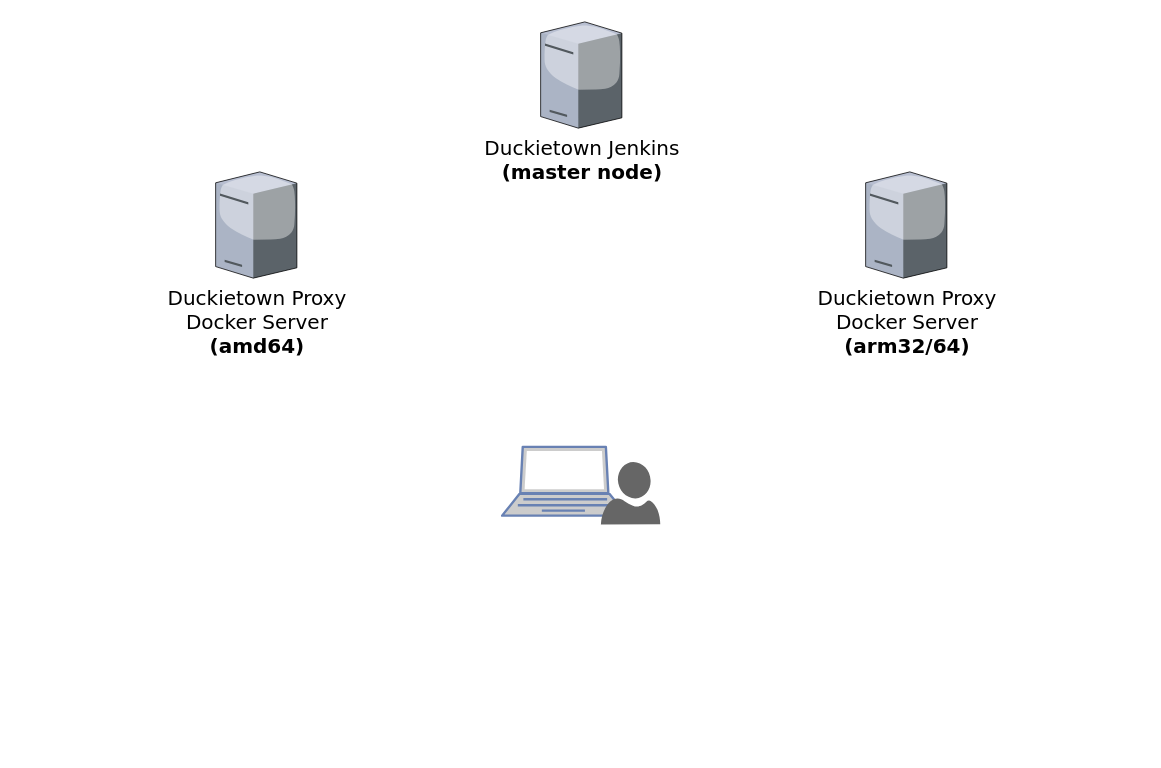
Above: docs/images/Untitled Diagram.drawio in duckietown/.jenkins-jobs (draw.io), before the change. Source tidied: cells renumbered, new cells numbered last; positions are measured from the earlier drawing's top-left corner, leaving out a move shared by most shapes. Both pictures are drawn from the tidied source at 125%, with x=0, y=0 at pixel (215, 21). Pictures stored in the file or linked from it are replaced by grey dashed boxes.
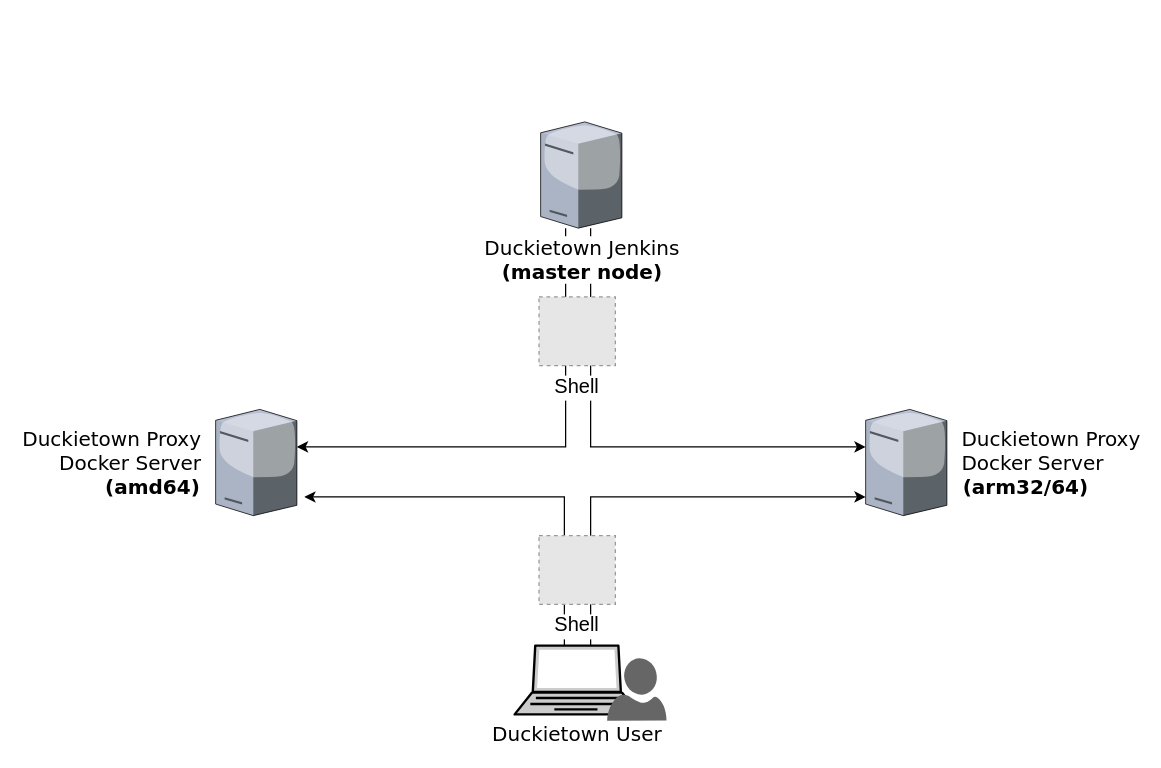
Above is the later version.

The edit, as a diff of the source:
```diff
@@
 <mxGraphModel background="#ffffff">
   <root>
     <mxCell id="0" />
     <mxCell id="1" parent="0" />
-    <mxCell id="2" value="Duckietown Proxy&lt;br style=&quot;font-size: 16px&quot;&gt;Docker Server&lt;br&gt;&lt;b&gt;(arm32/64)&lt;/b&gt;" style="verticalLabelPosition=bottom;html=1;verticalAlign=top;strokeColor=none;shape=mxgraph.citrix.tower_server;rounded=0;shadow=0;comic=0;fontFamily=Verdana;fontSize=16;" parent="1" vertex="1">
-      <mxGeometry x="520" y="120" width="65" height="85" as="geometry" />
+    <mxCell id="2" value="&amp;nbsp; Duckietown Proxy&lt;br style=&quot;font-size: 16px&quot;&gt;&amp;nbsp; Docker Server&lt;br&gt;&lt;b&gt;&amp;nbsp; (arm32/64)&lt;/b&gt;" style="verticalLabelPosition=middle;html=1;verticalAlign=middle;strokeColor=none;shape=mxgraph.citrix.tower_server;rounded=0;shadow=0;comic=0;fontFamily=Verdana;fontSize=16;labelPosition=right;align=left;" parent="1" vertex="1">
+      <mxGeometry x="520" y="310" width="65" height="85" as="geometry" />
     </mxCell>
-    <mxCell id="3" value="Duckietown Proxy&lt;br style=&quot;font-size: 16px&quot;&gt;Docker Server&lt;br&gt;&lt;b&gt;(amd64)&lt;/b&gt;" style="verticalLabelPosition=bottom;html=1;verticalAlign=top;strokeColor=none;shape=mxgraph.citrix.tower_server;rounded=0;shadow=0;comic=0;fontFamily=Verdana;fontSize=16;" parent="1" vertex="1">
-      <mxGeometry y="120" width="65" height="85" as="geometry" />
+    <mxCell id="3" value="Duckietown Proxy&amp;nbsp;&amp;nbsp;&lt;br style=&quot;font-size: 16px&quot;&gt;Docker Server&amp;nbsp;&amp;nbsp;&lt;br&gt;&lt;b&gt;(amd64)&amp;nbsp;&amp;nbsp;&lt;/b&gt;" style="verticalLabelPosition=middle;html=1;verticalAlign=middle;strokeColor=none;shape=mxgraph.citrix.tower_server;rounded=0;shadow=0;comic=0;fontFamily=Verdana;fontSize=16;labelPosition=left;align=right;spacingLeft=6;" parent="1" vertex="1">
+      <mxGeometry y="310" width="65" height="85" as="geometry" />
     </mxCell>
+    <mxCell id="7" style="edgeStyle=orthogonalEdgeStyle;rounded=0;jettySize=auto;html=1;fontSize=16;fontColor=#000000;" parent="1" edge="1" source="4" target="2">
+      <mxGeometry relative="1" as="geometry">
+        <Array as="points">
+          <mxPoint x="300" y="340" />
+        </Array>
+      </mxGeometry>
+    </mxCell>
+    <mxCell id="8" style="edgeStyle=orthogonalEdgeStyle;rounded=0;jettySize=auto;html=1;fontSize=16;fontColor=#000000;" parent="1" edge="1" source="4" target="3">
+      <mxGeometry relative="1" as="geometry">
+        <Array as="points">
+          <mxPoint x="280" y="340" />
+        </Array>
+      </mxGeometry>
+    </mxCell>
-    <mxCell id="4" value="Duckietown Jenkins&lt;br&gt;&lt;b&gt;(master node)&lt;/b&gt;&lt;br&gt;" style="verticalLabelPosition=bottom;html=1;verticalAlign=top;strokeColor=none;shape=mxgraph.citrix.tower_server;rounded=0;shadow=0;comic=0;fontFamily=Verdana;fontSize=16;" parent="1" vertex="1">
-      <mxGeometry x="260" width="65" height="85" as="geometry" />
+    <mxCell id="4" value="Duckietown Jenkins&lt;br&gt;&lt;b&gt;(master node)&lt;/b&gt;&lt;br&gt;" style="verticalLabelPosition=bottom;html=1;verticalAlign=top;strokeColor=none;shape=mxgraph.citrix.tower_server;rounded=0;shadow=0;comic=0;fontFamily=Verdana;fontSize=16;labelBackgroundColor=#ffffff;" parent="1" vertex="1">
+      <mxGeometry x="260" y="80" width="65" height="85" as="geometry" />
     </mxCell>
+    <mxCell id="9" style="edgeStyle=orthogonalEdgeStyle;rounded=0;jettySize=auto;html=1;fontSize=16;fontColor=#000000;" parent="1" edge="1" source="5" target="2">
+      <mxGeometry relative="1" as="geometry">
+        <Array as="points">
+          <mxPoint x="300" y="380" />
+        </Array>
+      </mxGeometry>
+    </mxCell>
+    <mxCell id="10" style="edgeStyle=orthogonalEdgeStyle;rounded=0;jettySize=auto;html=1;entryX=1.092;entryY=0.824;entryDx=0;entryDy=0;entryPerimeter=0;fontSize=16;fontColor=#000000;" parent="1" edge="1" source="5" target="3">
+      <mxGeometry relative="1" as="geometry">
+        <Array as="points">
+          <mxPoint x="279" y="380" />
+        </Array>
+      </mxGeometry>
+    </mxCell>
-    <mxCell id="5" style="fontColor=#0066CC;verticalAlign=top;verticalLabelPosition=bottom;labelPosition=center;align=center;html=1;outlineConnect=0;fillColor=#CCCCCC;strokeColor=#6881B3;gradientColor=none;gradientDirection=north;strokeWidth=2;shape=mxgraph.networks.laptop;" parent="1" vertex="1">
-      <mxGeometry x="229.2" y="340" width="100" height="55" as="geometry" />
+    <mxCell id="5" value="Duckietown User" style="fontColor=#000000;verticalAlign=top;verticalLabelPosition=bottom;labelPosition=center;align=center;html=1;outlineConnect=0;fillColor=#CCCCCC;strokeColor=#000000;gradientColor=none;gradientDirection=north;strokeWidth=2;shape=mxgraph.networks.laptop;fontSize=16;fontFamily=Verdana;" parent="1" vertex="1">
+      <mxGeometry x="239.2" y="499" width="100" height="55" as="geometry" />
     </mxCell>
-    <mxCell id="6" style="verticalLabelPosition=bottom;html=1;verticalAlign=top;align=center;strokeColor=none;fillColor=#666666;shape=mxgraph.azure.user;labelBackgroundColor=#696969;fontSize=16;" parent="1" vertex="1">
-      <mxGeometry x="308.2" y="352" width="47.5" height="50" as="geometry" />
+    <mxCell id="6" style="verticalLabelPosition=bottom;html=1;verticalAlign=top;align=center;strokeColor=none;fillColor=#666666;shape=mxgraph.azure.user;labelBackgroundColor=#696969;fontSize=16;labelBorderColor=#FFFFFF;strokeWidth=9;" parent="1" vertex="1">
+      <mxGeometry x="313.2" y="509" width="47.5" height="50" as="geometry" />
     </mxCell>
+    <mxCell id="11" value="Shell" style="fillColor=#E6E6E6;strokeColor=#999999;dashed=1;verticalLabelPosition=bottom;verticalAlign=top;labelBackgroundColor=#ffffff;fontSize=16;fontColor=#000000;" parent="1" vertex="1">
+      <mxGeometry x="258.7" y="220" width="61.1" height="55" as="geometry" />
+    </mxCell>
+    <mxCell id="12" value="Shell" style="fillColor=#E6E6E6;strokeColor=#999999;dashed=1;verticalLabelPosition=bottom;verticalAlign=top;labelBackgroundColor=#ffffff;fontSize=16;fontColor=#000000;" parent="1" vertex="1">
+      <mxGeometry x="258.7" y="411" width="61.1" height="55" as="geometry" />
+    </mxCell>
   </root>
 </mxGraphModel>
```
